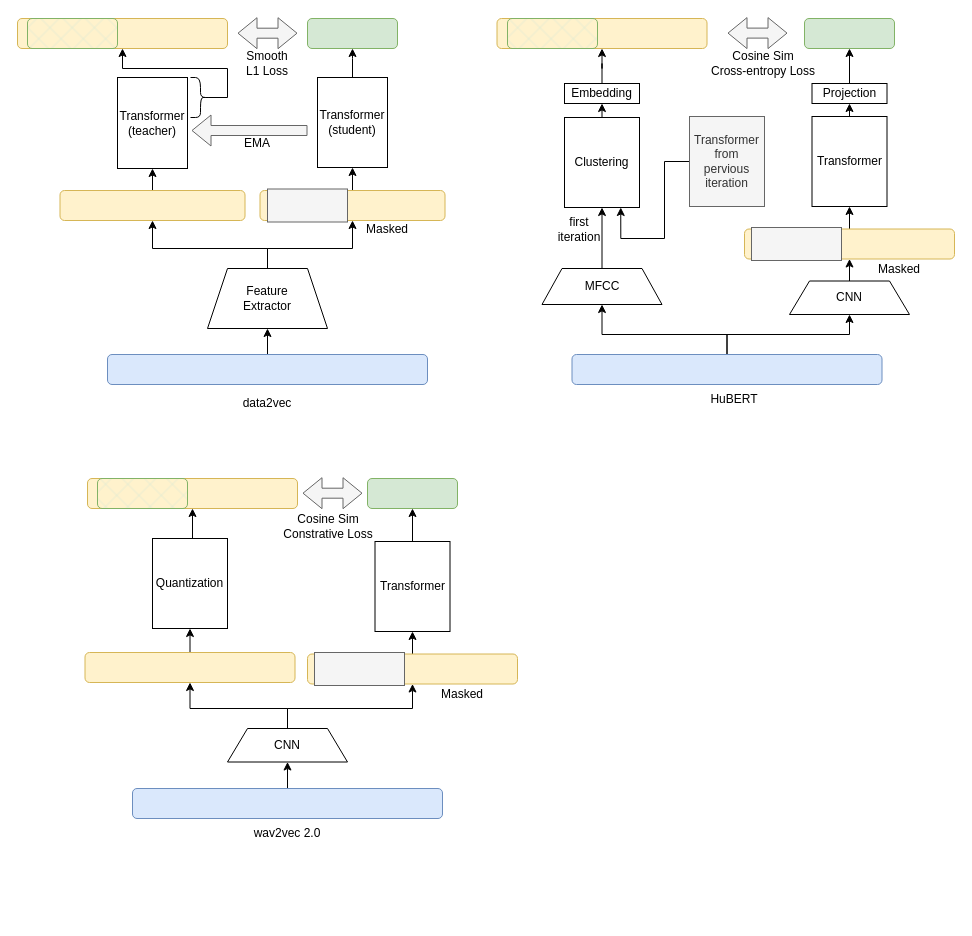
Earlier version of the draw.io diagram Drafts/data2vec.drawio (xrysamuel/my-drawio). Source tidied: cells renumbered, new cells numbered last; positions are measured from the earlier drawing's top-left corner, leaving out a move shared by most shapes. Both pictures are drawn from the tidied source at 100%, with x=0, y=0 at pixel (17, 18).
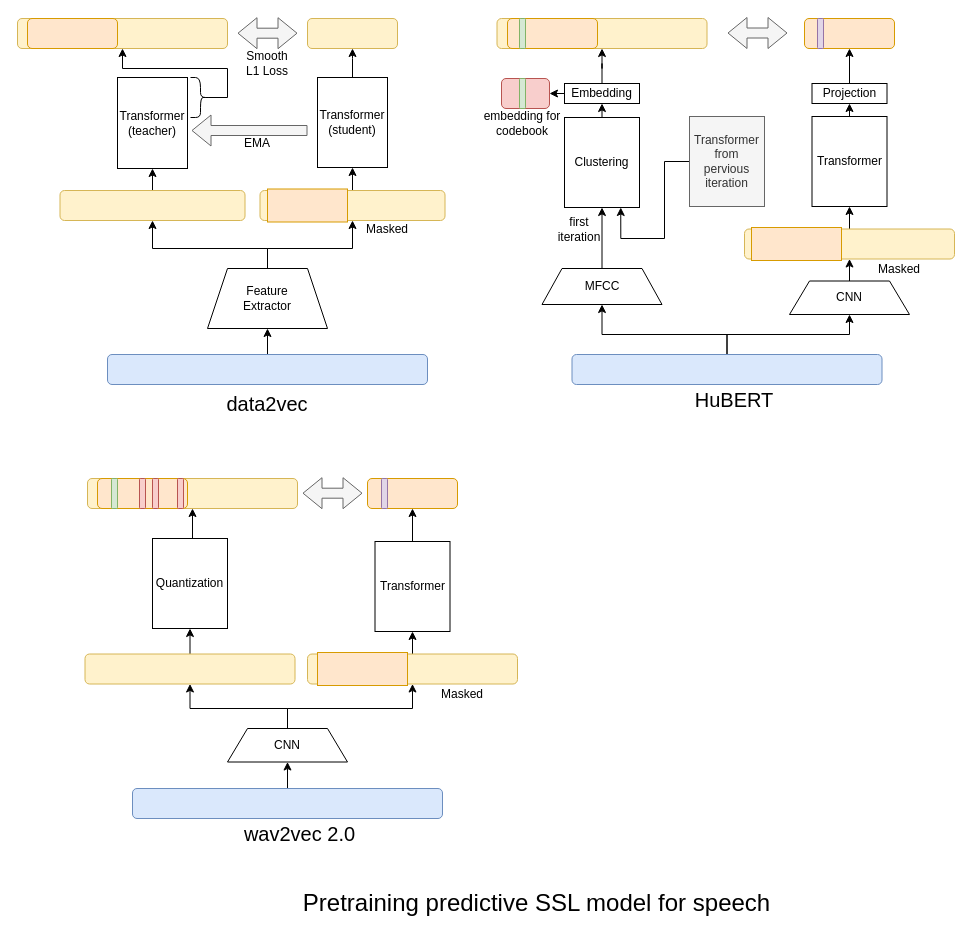
The same page after the edit.

The change refers to these unchanged cells:
```xml
<mxCell id="67" value="Embedding" style="rounded=0;whiteSpace=wrap;html=1;" parent="1" vertex="1">
  <mxGeometry x="547" y="65" width="75" height="20" as="geometry" />
</mxCell>
```

The edit, as a diff of the source:
```diff
@@
-    <mxCell id="15" style="rounded=0;whiteSpace=wrap;html=1;fillColor=#f5f5f5;fontColor=#333333;strokeColor=#666666;" parent="1" vertex="1">
+    <mxCell id="15" style="rounded=0;whiteSpace=wrap;html=1;fillColor=#ffe6cc;strokeColor=#d79b00;" parent="1" vertex="1">
       <mxGeometry x="250" y="170.5" width="80" height="33" as="geometry" />
     </mxCell>
-    <mxCell id="16" style="rounded=1;whiteSpace=wrap;html=1;fillColor=#d5e8d4;strokeColor=#82b366;" parent="1" vertex="1">
+    <mxCell id="16" style="rounded=1;whiteSpace=wrap;html=1;fillColor=#fff2cc;strokeColor=#d6b656;" parent="1" vertex="1">
       <mxGeometry x="290" width="90" height="30" as="geometry" />
     </mxCell>
-    <mxCell id="17" value="data2vec" style="text;html=1;align=center;verticalAlign=middle;whiteSpace=wrap;rounded=0;" parent="1" vertex="1">
+    <mxCell id="17" value="data2vec" style="text;html=1;align=center;verticalAlign=middle;whiteSpace=wrap;rounded=0;fontSize=20;" parent="1" vertex="1">
       <mxGeometry x="220" y="370" width="60" height="30" as="geometry" />
     </mxCell>
@@
-    <mxCell id="29" style="rounded=0;whiteSpace=wrap;html=1;fillColor=#f5f5f5;fontColor=#333333;strokeColor=#666666;" parent="1" vertex="1">
+    <mxCell id="29" style="rounded=0;whiteSpace=wrap;html=1;fillColor=#ffe6cc;strokeColor=#d79b00;" parent="1" vertex="1">
       <mxGeometry x="734" y="209" width="90" height="33" as="geometry" />
     </mxCell>
@@
-    <mxCell id="31" value="HuBERT" style="text;html=1;align=center;verticalAlign=middle;whiteSpace=wrap;rounded=0;" parent="1" vertex="1">
+    <mxCell id="31" value="HuBERT" style="text;html=1;align=center;verticalAlign=middle;whiteSpace=wrap;rounded=0;fontSize=20;" parent="1" vertex="1">
       <mxGeometry x="687" y="366" width="60" height="30" as="geometry" />
     </mxCell>
     <mxCell id="32" style="shape=flexArrow;endArrow=classic;startArrow=classic;html=1;rounded=0;fillColor=#f5f5f5;strokeColor=#666666;entryX=0;entryY=0.5;entryDx=0;entryDy=0;" parent="1" edge="1">
       <mxGeometry relative="1" as="geometry">
-        <mxPoint x="710" y="14.6" as="sourcePoint" />
-        <mxPoint x="770" y="14.6" as="targetPoint" />
+        <mxPoint x="710" y="14.5" as="sourcePoint" />
+        <mxPoint x="770" y="14.5" as="targetPoint" />
       </mxGeometry>
     </mxCell>
@@
-    <mxCell id="54" style="rounded=0;whiteSpace=wrap;html=1;fillColor=#f5f5f5;fontColor=#333333;strokeColor=#666666;" parent="1" vertex="1">
-      <mxGeometry x="297" y="634" width="90" height="33" as="geometry" />
+    <mxCell id="54" style="rounded=0;whiteSpace=wrap;html=1;fillColor=#ffe6cc;strokeColor=#d79b00;" parent="1" vertex="1">
+      <mxGeometry x="300" y="634" width="90" height="33" as="geometry" />
     </mxCell>
@@
-    <mxCell id="57" style="rounded=1;whiteSpace=wrap;html=1;fillColor=#d5e8d4;strokeColor=#82b366;" parent="1" vertex="1">
+    <mxCell id="57" style="rounded=1;whiteSpace=wrap;html=1;fillColor=#ffe6cc;strokeColor=#d79b00;" parent="1" vertex="1">
       <mxGeometry x="350" y="460" width="90" height="30" as="geometry" />
     </mxCell>
@@
     <mxCell id="63" style="rounded=1;whiteSpace=wrap;html=1;fillColor=#fff2cc;strokeColor=#d6b656;" parent="1" vertex="1">
-      <mxGeometry x="67.5" y="634" width="210" height="30" as="geometry" />
+      <mxGeometry x="67.5" y="635.5" width="210" height="30" as="geometry" />
     </mxCell>
-    <mxCell id="64" value="wav2vec 2.0" style="text;html=1;align=center;verticalAlign=middle;whiteSpace=wrap;rounded=0;" parent="1" vertex="1">
-      <mxGeometry x="225" y="800" width="90" height="30" as="geometry" />
+    <mxCell id="64" value="wav2vec 2.0" style="text;html=1;align=center;verticalAlign=middle;whiteSpace=wrap;rounded=0;fontSize=20;" parent="1" vertex="1">
+      <mxGeometry x="225" y="800" width="115" height="30" as="geometry" />
     </mxCell>
-    <mxCell id="65" style="rounded=1;whiteSpace=wrap;html=1;fillColor=#d5e8d4;strokeColor=#82b366;" parent="1" vertex="1">
+    <mxCell id="65" style="rounded=1;whiteSpace=wrap;html=1;fillColor=#ffe6cc;strokeColor=#d79b00;" parent="1" vertex="1">
       <mxGeometry x="787" width="90" height="30" as="geometry" />
     </mxCell>
@@
+    <mxCell id="75" style="edgeStyle=orthogonalEdgeStyle;rounded=0;jettySize=auto;html=1;exitX=0;exitY=0.5;exitDx=0;exitDy=0;entryX=1;entryY=0.5;entryDx=0;entryDy=0;" parent="1" edge="1" source="67" target="78">
+      <mxGeometry relative="1" as="geometry" />
+    </mxCell>
@@
-    <mxCell id="69" style="rounded=1;whiteSpace=wrap;html=1;fillColor=#fff2cc;strokeColor=#d6b656;" parent="1" vertex="1">
+    <mxCell id="69" style="rounded=1;whiteSpace=wrap;html=1;fillColor=#fff2cc;strokeColor=#d6b656;fillStyle=auto;" parent="1" vertex="1">
       <mxGeometry x="479.5" width="210" height="30" as="geometry" />
     </mxCell>
-    <mxCell id="70" style="rounded=1;whiteSpace=wrap;html=1;fillColor=#d5e8d4;strokeColor=#82b366;fillStyle=cross-hatch;" parent="1" vertex="1">
+    <mxCell id="70" style="rounded=1;whiteSpace=wrap;html=1;fillStyle=auto;fillColor=#ffe6cc;strokeColor=#d79b00;" parent="1" vertex="1">
       <mxGeometry x="10" width="90" height="30" as="geometry" />
     </mxCell>
-    <mxCell id="71" style="rounded=1;whiteSpace=wrap;html=1;fillColor=#d5e8d4;strokeColor=#82b366;fillStyle=cross-hatch;" parent="1" vertex="1">
+    <mxCell id="71" style="rounded=1;whiteSpace=wrap;html=1;fillColor=#ffe6cc;strokeColor=#d79b00;fillStyle=auto;" parent="1" vertex="1">
       <mxGeometry x="490" width="90" height="30" as="geometry" />
     </mxCell>
-    <mxCell id="72" style="rounded=1;whiteSpace=wrap;html=1;fillColor=#d5e8d4;strokeColor=#82b366;fillStyle=cross-hatch;" parent="1" vertex="1">
+    <mxCell id="72" style="rounded=1;whiteSpace=wrap;html=1;fillColor=#ffe6cc;strokeColor=#d79b00;fillStyle=auto;" parent="1" vertex="1">
       <mxGeometry x="80" y="460" width="90" height="30" as="geometry" />
     </mxCell>
-    <mxCell id="73" value="&lt;div&gt;&lt;span style=&quot;background-color: initial;&quot;&gt;Cosine Sim&lt;/span&gt;&lt;/div&gt;&lt;div&gt;&lt;span style=&quot;background-color: initial;&quot;&gt;Cross-entropy Loss&lt;/span&gt;&lt;/div&gt;" style="text;html=1;align=center;verticalAlign=middle;whiteSpace=wrap;rounded=0;" parent="1" vertex="1">
-      <mxGeometry x="687" y="30" width="118" height="30" as="geometry" />
-    </mxCell>
-    <mxCell id="74" value="&lt;div&gt;&lt;span style=&quot;background-color: initial;&quot;&gt;Cosine Sim&lt;/span&gt;&lt;/div&gt;&lt;div&gt;&lt;span style=&quot;background-color: initial;&quot;&gt;Constrative Loss&lt;/span&gt;&lt;/div&gt;" style="text;html=1;align=center;verticalAlign=middle;whiteSpace=wrap;rounded=0;" parent="1" vertex="1">
-      <mxGeometry x="252" y="493" width="118" height="30" as="geometry" />
-    </mxCell>
+    <mxCell id="76" style="rounded=1;whiteSpace=wrap;html=1;fillColor=#e1d5e7;strokeColor=#9673a6;" parent="1" vertex="1">
+      <mxGeometry x="800" width="6" height="30" as="geometry" />
+    </mxCell>
+    <mxCell id="77" style="rounded=1;whiteSpace=wrap;html=1;fillColor=#d5e8d4;strokeColor=#82b366;" parent="1" vertex="1">
+      <mxGeometry x="502" width="6" height="30" as="geometry" />
+    </mxCell>
+    <mxCell id="78" style="rounded=1;whiteSpace=wrap;html=1;fillColor=#f8cecc;strokeColor=#b85450;" parent="1" vertex="1">
+      <mxGeometry x="484" y="60" width="48" height="30" as="geometry" />
+    </mxCell>
+    <mxCell id="79" style="rounded=1;whiteSpace=wrap;html=1;fillColor=#d5e8d4;strokeColor=#82b366;" parent="1" vertex="1">
+      <mxGeometry x="502" y="60" width="6" height="30" as="geometry" />
+    </mxCell>
+    <mxCell id="80" style="rounded=1;whiteSpace=wrap;html=1;fillColor=#e1d5e7;strokeColor=#9673a6;fontStyle=1;" parent="1" vertex="1">
+      <mxGeometry x="364" y="460" width="6" height="30" as="geometry" />
+    </mxCell>
+    <mxCell id="81" style="rounded=1;whiteSpace=wrap;html=1;fillColor=#d5e8d4;strokeColor=#82b366;fontStyle=1;" parent="1" vertex="1">
+      <mxGeometry x="94" y="460" width="6" height="30" as="geometry" />
+    </mxCell>
+    <mxCell id="82" style="rounded=1;whiteSpace=wrap;html=1;fillColor=#f8cecc;strokeColor=#b85450;fontStyle=1;" parent="1" vertex="1">
+      <mxGeometry x="122" y="460" width="6" height="30" as="geometry" />
+    </mxCell>
+    <mxCell id="83" style="rounded=1;whiteSpace=wrap;html=1;fillColor=#f8cecc;strokeColor=#b85450;fontStyle=1;" parent="1" vertex="1">
+      <mxGeometry x="135" y="460" width="6" height="30" as="geometry" />
+    </mxCell>
+    <mxCell id="84" style="rounded=1;whiteSpace=wrap;html=1;fillColor=#f8cecc;strokeColor=#b85450;fontStyle=1;" parent="1" vertex="1">
+      <mxGeometry x="160" y="460" width="6" height="30" as="geometry" />
+    </mxCell>
+    <mxCell id="85" value="embedding for codebook" style="text;html=1;align=center;verticalAlign=middle;whiteSpace=wrap;rounded=0;" parent="1" vertex="1">
+      <mxGeometry x="465" y="90" width="80" height="30" as="geometry" />
+    </mxCell>
+    <mxCell id="86" value="Pretraining predictive SSL model for speech" style="text;html=1;align=center;verticalAlign=middle;whiteSpace=wrap;rounded=0;fontSize=24;" parent="1" vertex="1">
+      <mxGeometry x="277.5" y="870" width="483" height="30" as="geometry" />
+    </mxCell>
```
